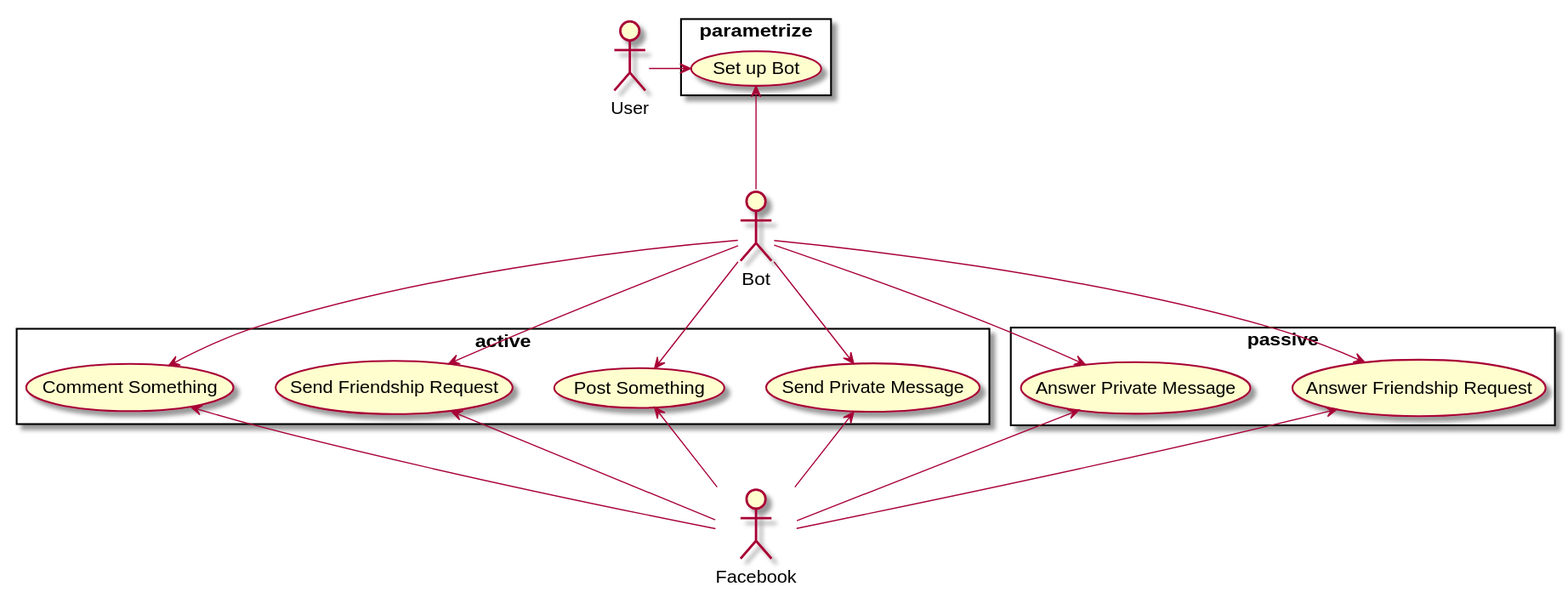
This is documentation/UseCase.svg from 5l1v3r1/SocialBot-1, a PlantUML export, as it was before one commit.
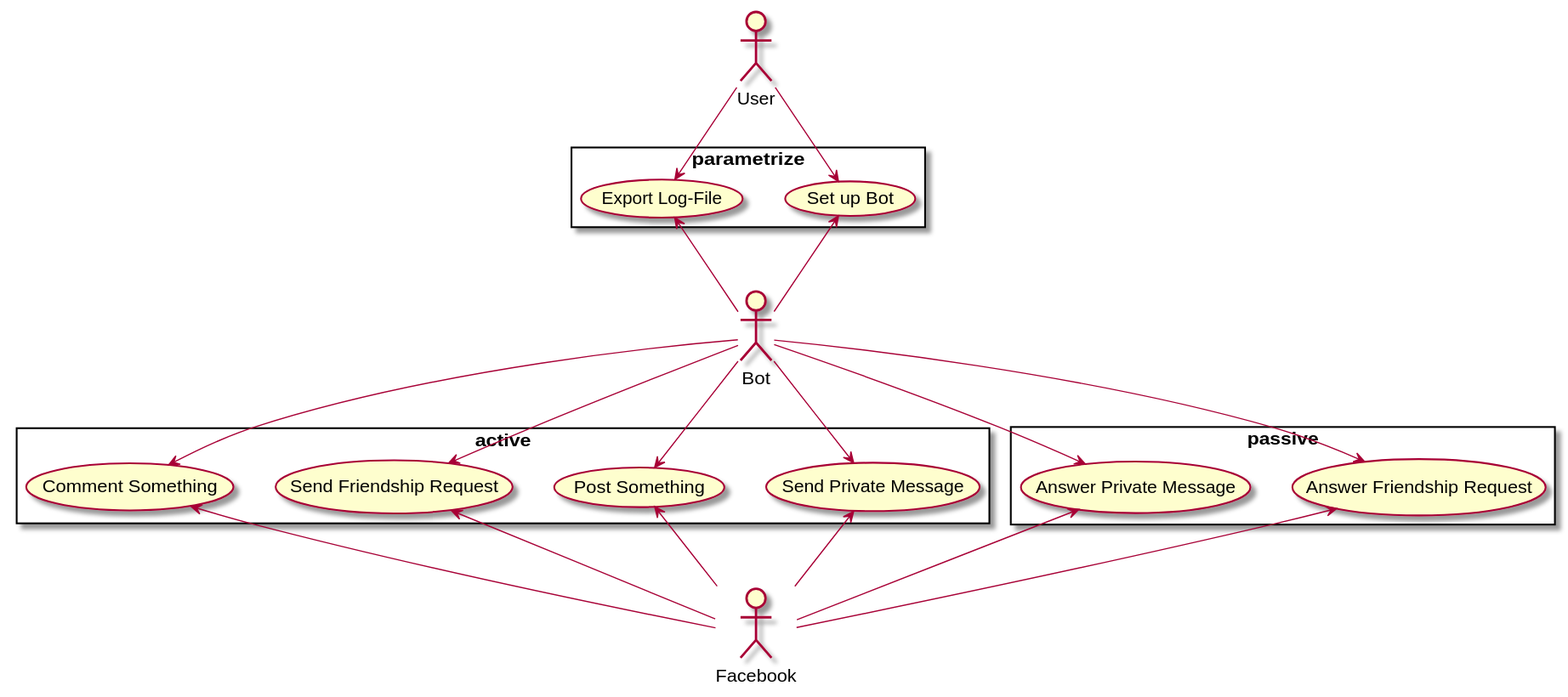
After the change.

Commit message:
Added Log to UseCase

Diff of the diagram source:
```diff
@@ -14,6 +14,7 @@
 
 rectangle parametrize {
   usecase PSUPB as "Set up Bot"
+  usecase PLOG as "Export Log-File"
 }
 
 :Bot: --> APM
@@ -23,7 +24,8 @@
 :Bot: --> PFR
 :Bot: --> PPM
 
-:User: -> PSUPB
+:User: --> PSUPB
+:User: --> PLOG
 
 APM   <-- :Facebook:
 APOST <-- :Facebook:
@@ -33,7 +35,6 @@
 PPM   <-- :Facebook:
 
 PSUPB <-- :Bot:
-
-
+PLOG  <-- :Bot:
 
 @enduml
```
